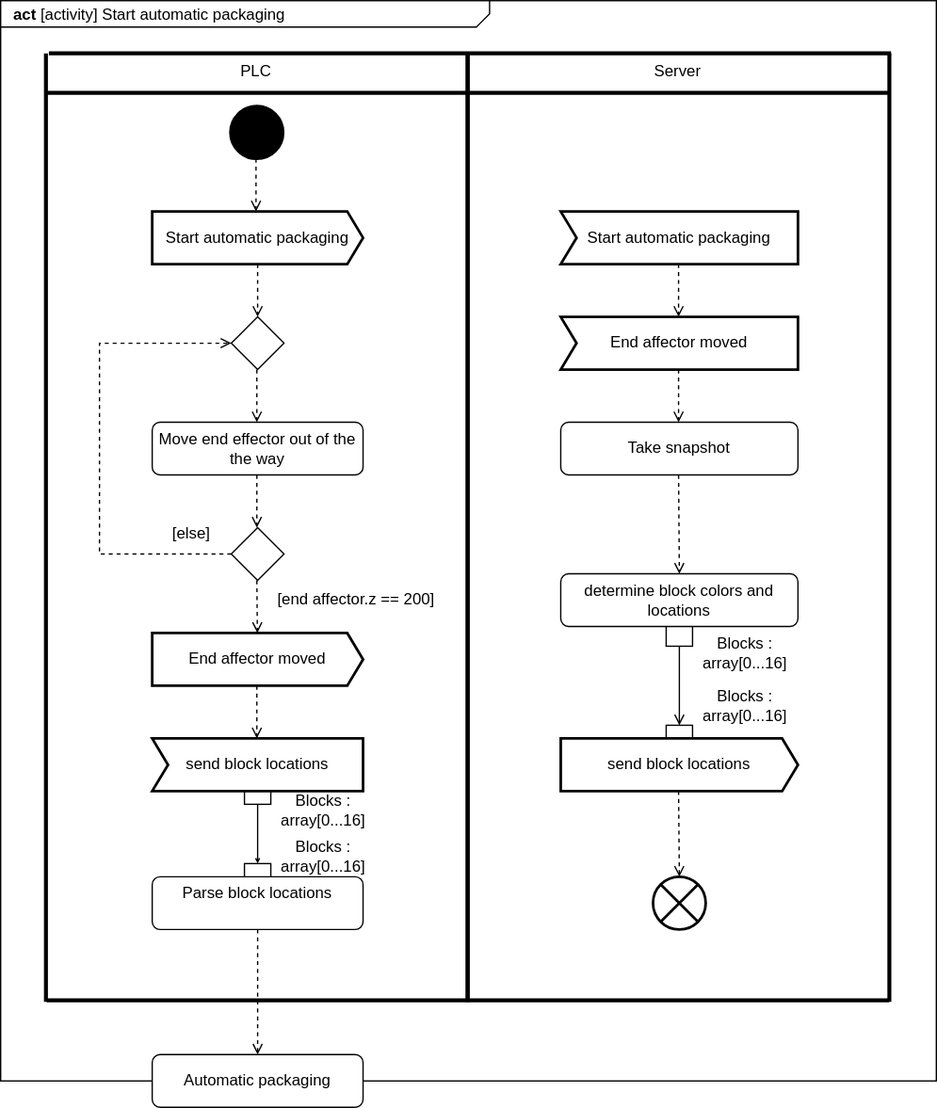
This is Start automatic packaging.drawio.svg from Remlly/Project-Delta-Robot, a draw.io export, as it was before one commit. Source tidied: cells renumbered, new cells last; positions are measured from the earlier drawing's top-left corner, leaving out a move shared by most shapes.
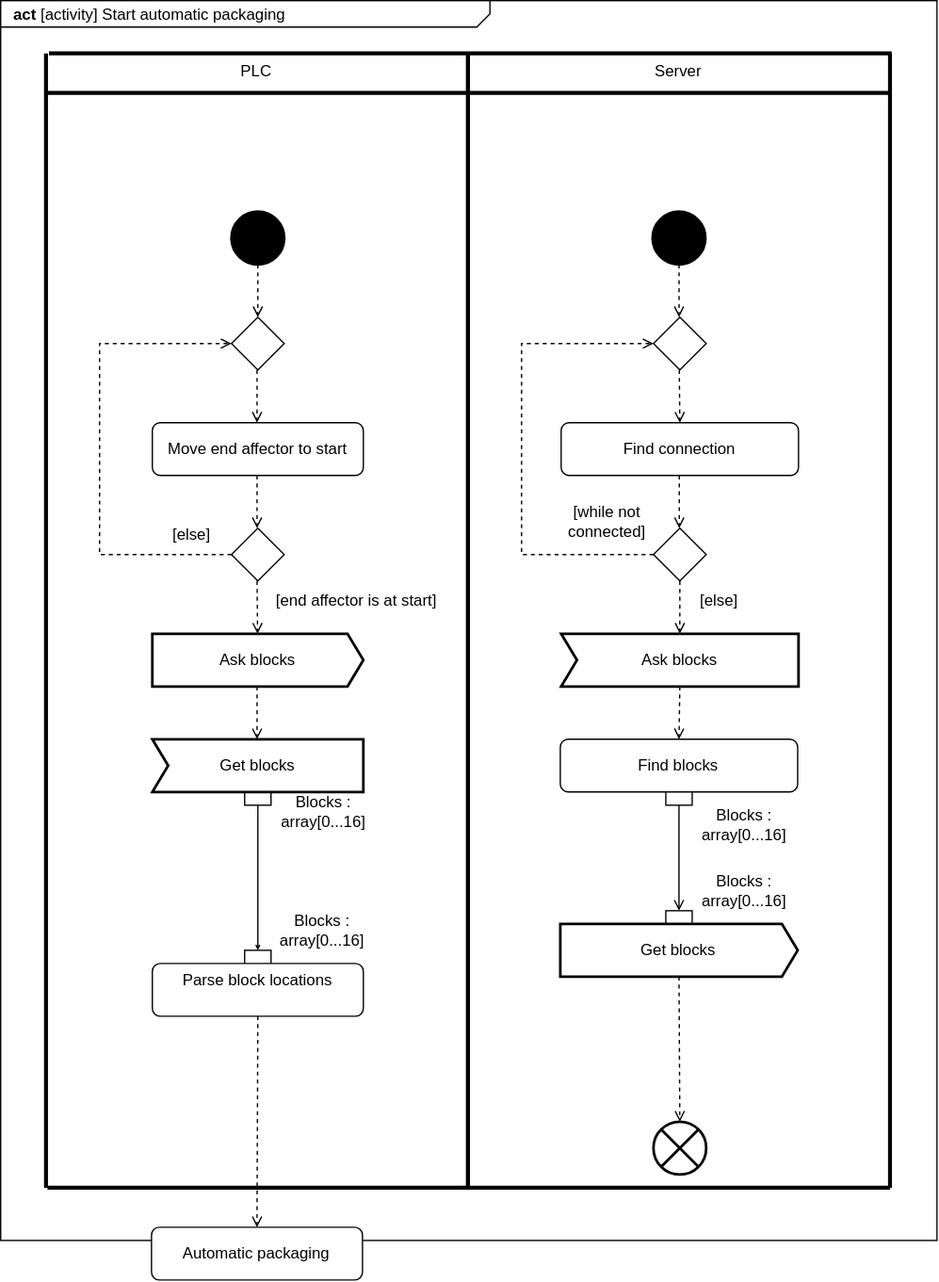
Later version of the same file.

Change to the diagram source:
```diff
@@ -3,34 +3,23 @@
     <mxCell id="0" />
     <mxCell id="1" parent="0" />
     <mxCell id="2" value="&lt;p style=&quot;margin: 0px ; margin-top: 4px ; margin-left: 10px ; text-align: left&quot;&gt;&lt;b&gt;act&lt;/b&gt;   [activity] Start automatic packaging&lt;br&gt;&lt;/p&gt;" style="html=1;shape=mxgraph.sysml.package;align=left;spacingLeft=5;verticalAlign=top;spacingTop=-3;labelX=371.3;html=1;overflow=fill;" parent="1" vertex="1">
-      <mxGeometry width="710" height="820" as="geometry" />
+      <mxGeometry width="710" height="940" as="geometry" />
     </mxCell>
-    <mxCell id="3" value="Start automatic packaging" style="html=1;shape=mxgraph.sysml.sendSigAct;strokeWidth=2;whiteSpace=wrap;align=center;" parent="1" vertex="1">
-      <mxGeometry x="115" y="160" width="160" height="40" as="geometry" />
-    </mxCell>
-    <mxCell id="4" value="Start automatic packaging" style="html=1;shape=mxgraph.sysml.accEvent;strokeWidth=2;whiteSpace=wrap;align=center;" parent="1" vertex="1">
-      <mxGeometry x="425" y="160" width="180" height="40" as="geometry" />
-    </mxCell>
-    <mxCell id="5" value="Move end effector out of the the way" style="shape=rect;html=1;rounded=1;whiteSpace=wrap;align=center;" parent="1" vertex="1">
+    <mxCell id="5" value="Move end affector to start" style="shape=rect;html=1;rounded=1;whiteSpace=wrap;align=center;" parent="1" vertex="1">
       <mxGeometry x="115" y="320" width="160" height="40" as="geometry" />
     </mxCell>
-    <mxCell id="6" value="End affector moved" style="html=1;shape=mxgraph.sysml.sendSigAct;strokeWidth=2;whiteSpace=wrap;align=center;" parent="1" vertex="1">
+    <mxCell id="6" value="Ask blocks" style="html=1;shape=mxgraph.sysml.sendSigAct;strokeWidth=2;whiteSpace=wrap;align=center;" parent="1" vertex="1">
       <mxGeometry x="115" y="480" width="160" height="40" as="geometry" />
     </mxCell>
-    <mxCell id="7" value="End affector moved" style="html=1;shape=mxgraph.sysml.accEvent;strokeWidth=2;whiteSpace=wrap;align=center;" parent="1" vertex="1">
-      <mxGeometry x="425" y="240" width="180" height="40" as="geometry" />
+    <mxCell id="7" value="Ask blocks" style="html=1;shape=mxgraph.sysml.accEvent;strokeWidth=2;whiteSpace=wrap;align=center;" parent="1" vertex="1">
+      <mxGeometry x="425" y="480" width="180" height="40" as="geometry" />
     </mxCell>
-    <mxCell id="8" value="Take snapshot" style="shape=rect;html=1;rounded=1;whiteSpace=wrap;align=center;" parent="1" vertex="1">
-      <mxGeometry x="425" y="320" width="180" height="40" as="geometry" />
-    </mxCell>
-    <mxCell id="9" style="edgeStyle=orthogonalEdgeStyle;rounded=0;jumpSize=4;jettySize=auto;html=1;endArrow=open;endFill=0;strokeWidth=1;entryX=0.5;entryY=0;entryDx=0;entryDy=0;" parent="1" edge="1" source="30" target="31">
-      <mxGeometry relative="1" as="geometry" />
-    </mxCell>
     <mxCell id="10" value="Automatic packaging" style="shape=rect;html=1;rounded=1;whiteSpace=wrap;align=center;" parent="1" vertex="1">
-      <mxGeometry x="115" y="800" width="160" height="40" as="geometry" />
+      <mxGeometry x="114.4" y="930" width="160" height="40" as="geometry" />
     </mxCell>
-    <mxCell id="11" style="endArrow=open;html=1;rounded=0;exitX=0.5;exitY=1;exitDx=0;exitDy=0;exitPerimeter=0;dashed=1;endFill=0;" parent="1" edge="1" source="3">
+    <mxCell id="11" style="endArrow=open;html=1;rounded=0;exitX=0.5;exitY=1;exitDx=0;exitDy=0;exitPerimeter=0;dashed=1;endFill=0;" parent="1" edge="1">
       <mxGeometry relative="1" as="geometry">
+        <mxPoint x="195" y="200" as="sourcePoint" />
         <mxPoint x="195" y="240" as="targetPoint" />
       </mxGeometry>
     </mxCell>
@@ -74,7 +63,7 @@
     <mxCell id="19" value="[else]" style="text;html=1;strokeColor=none;fillColor=none;align=center;verticalAlign=middle;whiteSpace=wrap;rounded=0;" parent="1" vertex="1">
       <mxGeometry x="115" y="390" width="60" height="30" as="geometry" />
     </mxCell>
-    <mxCell id="20" value="[end affector.z == 200]" style="text;html=1;strokeColor=none;fillColor=none;align=center;verticalAlign=middle;whiteSpace=wrap;rounded=0;" parent="1" vertex="1">
+    <mxCell id="20" value="[end affector is at start]" style="text;html=1;strokeColor=none;fillColor=none;align=center;verticalAlign=middle;whiteSpace=wrap;rounded=0;" parent="1" vertex="1">
       <mxGeometry x="205" y="440" width="130" height="30" as="geometry" />
     </mxCell>
     <mxCell id="21" style="endArrow=open;html=1;rounded=0;exitX=0.5;exitY=1;exitDx=0;exitDy=0;exitPerimeter=0;dashed=1;endFill=0;" parent="1" edge="1">
@@ -83,22 +72,14 @@
         <mxPoint x="514.4" y="240" as="targetPoint" />
       </mxGeometry>
     </mxCell>
-    <mxCell id="22" style="endArrow=open;html=1;rounded=0;exitX=0.5;exitY=1;exitDx=0;exitDy=0;exitPerimeter=0;dashed=1;endFill=0;" parent="1" edge="1">
-      <mxGeometry relative="1" as="geometry">
-        <mxPoint x="514.4" y="280" as="sourcePoint" />
-        <mxPoint x="514.4" y="320" as="targetPoint" />
-      </mxGeometry>
-    </mxCell>
-    <mxCell id="23" style="endArrow=open;html=1;rounded=0;exitX=0.5;exitY=1;exitDx=0;exitDy=0;exitPerimeter=0;dashed=1;endFill=0;entryX=0.5;entryY=0;entryDx=0;entryDy=0;" parent="1" edge="1" target="30">
-      <mxGeometry relative="1" as="geometry">
-        <mxPoint x="514.4" y="360" as="sourcePoint" />
-      </mxGeometry>
+    <mxCell id="23" style="endArrow=open;html=1;rounded=0;exitX=0.5;exitY=1;exitDx=0;exitDy=0;exitPerimeter=0;dashed=1;endFill=0;entryX=0.5;entryY=0;entryDx=0;entryDy=0;" parent="1" edge="1" source="7" target="30">
+      <mxGeometry relative="1" as="geometry" />
     </mxCell>
     <mxCell id="24" value="PLC" style="html=1;shape=mxgraph.sysml.actPart;strokeWidth=3;verticalAlign=top;rotation=0;whiteSpace=wrap;" parent="1" vertex="1">
-      <mxGeometry x="34.4" y="40" width="320" height="720" as="geometry" />
+      <mxGeometry x="34.4" y="40" width="320" height="860" as="geometry" />
     </mxCell>
     <mxCell id="25" value="Server" style="html=1;shape=mxgraph.sysml.actPart;strokeWidth=3;verticalAlign=top;rotation=0;whiteSpace=wrap;" parent="1" vertex="1">
-      <mxGeometry x="354.4" y="40" width="320" height="720" as="geometry" />
+      <mxGeometry x="354.4" y="40" width="320" height="860" as="geometry" />
     </mxCell>
     <mxCell id="26" style="endArrow=none;html=1;rounded=0;exitX=0.007;exitY=0;exitDx=0;exitDy=0;exitPerimeter=0;strokeWidth=3;entryX=1.004;entryY=0;entryDx=0;entryDy=0;entryPerimeter=0;jumpSize=4;" parent="1" edge="1" source="24" target="25">
       <mxGeometry relative="1" as="geometry" />
@@ -111,28 +92,10 @@
     </mxCell>
     <mxCell id="28" style="endArrow=none;html=1;rounded=0;exitX=0.007;exitY=0;exitDx=0;exitDy=0;exitPerimeter=0;strokeWidth=3;entryX=1.004;entryY=0;entryDx=0;entryDy=0;entryPerimeter=0;jumpSize=4;" parent="1" edge="1">
       <mxGeometry relative="1" as="geometry">
-        <mxPoint x="35" y="758.8" as="sourcePoint" />
-        <mxPoint x="674" y="758.8" as="targetPoint" />
+        <mxPoint x="35.5" y="900" as="sourcePoint" />
+        <mxPoint x="674.5" y="900" as="targetPoint" />
       </mxGeometry>
     </mxCell>
-    <mxCell id="29" style="whiteSpace=wrap;html=1;" parent="1" vertex="1">
-      <mxGeometry x="505" y="470" width="20" height="20" as="geometry" />
-    </mxCell>
-    <mxCell id="30" value="determine block colors and locations" style="shape=rect;html=1;rounded=1;whiteSpace=wrap;align=center;" parent="1" vertex="1">
-      <mxGeometry x="425" y="435" width="180" height="40" as="geometry" />
-    </mxCell>
-    <mxCell id="31" style="whiteSpace=wrap;html=1;" parent="1" vertex="1">
-      <mxGeometry x="505" y="550" width="20" height="20" as="geometry" />
-    </mxCell>
-    <mxCell id="32" value="send block locations" style="html=1;shape=mxgraph.sysml.sendSigAct;strokeWidth=2;whiteSpace=wrap;align=center;" parent="1" vertex="1">
-      <mxGeometry x="425" y="560" width="180" height="40" as="geometry" />
-    </mxCell>
-    <mxCell id="33" value="Blocks : array[0...16]" style="text;html=1;strokeColor=none;fillColor=none;align=center;verticalAlign=middle;whiteSpace=wrap;rounded=0;" parent="1" vertex="1">
-      <mxGeometry x="535" y="480" width="60" height="30" as="geometry" />
-    </mxCell>
-    <mxCell id="34" value="Blocks : array[0...16]" style="text;html=1;strokeColor=none;fillColor=none;align=center;verticalAlign=middle;whiteSpace=wrap;rounded=0;" parent="1" vertex="1">
-      <mxGeometry x="535" y="520" width="60" height="30" as="geometry" />
-    </mxCell>
     <mxCell id="35" value="Blocks : array[0...16]" style="text;html=1;strokeColor=none;fillColor=none;align=center;verticalAlign=middle;whiteSpace=wrap;rounded=0;" parent="1" vertex="1">
       <mxGeometry x="215" y="600" width="60" height="30" as="geometry" />
     </mxCell>
@@ -142,41 +105,102 @@
     <mxCell id="37" style="whiteSpace=wrap;html=1;" parent="1" vertex="1">
       <mxGeometry x="185" y="590" width="20" height="20" as="geometry" />
     </mxCell>
-    <mxCell id="38" value="send block locations " style="html=1;shape=mxgraph.sysml.accEvent;strokeWidth=2;whiteSpace=wrap;align=center;" parent="1" vertex="1">
+    <mxCell id="38" value="Get blocks" style="html=1;shape=mxgraph.sysml.accEvent;strokeWidth=2;whiteSpace=wrap;align=center;" parent="1" vertex="1">
       <mxGeometry x="115" y="560" width="160" height="40" as="geometry" />
     </mxCell>
     <mxCell id="39" style="whiteSpace=wrap;html=1;" parent="1" vertex="1">
-      <mxGeometry x="185" y="655" width="20" height="20" as="geometry" />
+      <mxGeometry x="185" y="720" width="20" height="20" as="geometry" />
     </mxCell>
     <mxCell id="40" value="&lt;div&gt;Parse block locations&lt;/div&gt;&lt;div&gt;&lt;br&gt;&lt;/div&gt;" style="shape=rect;html=1;rounded=1;whiteSpace=wrap;align=center;" parent="1" vertex="1">
-      <mxGeometry x="115" y="665" width="160" height="40" as="geometry" />
+      <mxGeometry x="115" y="730" width="160" height="40" as="geometry" />
     </mxCell>
     <mxCell id="41" value="Blocks : array[0...16]" style="text;html=1;strokeColor=none;fillColor=none;align=center;verticalAlign=middle;whiteSpace=wrap;rounded=0;" parent="1" vertex="1">
-      <mxGeometry x="215" y="635" width="60" height="30" as="geometry" />
+      <mxGeometry x="214.4" y="690" width="60" height="30" as="geometry" />
     </mxCell>
-    <mxCell id="42" style="endArrow=open;html=1;rounded=0;exitX=0.5;exitY=1;exitDx=0;exitDy=0;dashed=1;endFill=0;entryX=0.5;entryY=0;entryDx=0;entryDy=0;" parent="1" edge="1" source="40" target="10">
-      <mxGeometry relative="1" as="geometry">
-        <Array as="points">
-          <mxPoint x="195" y="740" />
-        </Array>
-      </mxGeometry>
+    <mxCell id="42" style="endArrow=open;html=1;rounded=0;dashed=1;endFill=0;entryX=0.5;entryY=0;entryDx=0;entryDy=0;exitX=0.5;exitY=1;exitDx=0;exitDy=0;" parent="1" edge="1" source="40" target="10">
+      <mxGeometry relative="1" as="geometry" />
     </mxCell>
     <mxCell id="43" style="html=1;shape=mxgraph.sysml.flowFinal;strokeWidth=2;verticalLabelPosition=bottom;verticalAlignment=top;" parent="1" vertex="1">
-      <mxGeometry x="495" y="665" width="40" height="40" as="geometry" />
+      <mxGeometry x="495" y="850" width="40" height="40" as="geometry" />
     </mxCell>
-    <mxCell id="44" style="endArrow=open;html=1;rounded=0;exitX=0.5;exitY=1;exitDx=0;exitDy=0;exitPerimeter=0;dashed=1;endFill=0;entryX=0.5;entryY=0;entryDx=0;entryDy=0;entryPerimeter=0;" parent="1" edge="1" target="43">
-      <mxGeometry relative="1" as="geometry">
-        <mxPoint x="514.4" y="600" as="sourcePoint" />
-      </mxGeometry>
+    <mxCell id="44" style="endArrow=open;html=1;rounded=0;exitX=0.5;exitY=1;exitDx=0;exitDy=0;exitPerimeter=0;dashed=1;endFill=0;entryX=0.5;entryY=0;entryDx=0;entryDy=0;entryPerimeter=0;" parent="1" edge="1" source="32" target="43">
+      <mxGeometry relative="1" as="geometry" />
     </mxCell>
     <mxCell id="45" style="shape=ellipse;html=1;fillColor=#000000;strokeWidth=2;verticalLabelPosition=bottom;verticalAlignment=top;perimeter=ellipsePerimeter;" parent="1" vertex="1">
-      <mxGeometry x="174.4" y="80" width="40" height="40" as="geometry" />
+      <mxGeometry x="175" y="160" width="40" height="40" as="geometry" />
     </mxCell>
-    <mxCell id="46" style="endArrow=open;html=1;rounded=0;exitX=0.5;exitY=1;exitDx=0;exitDy=0;exitPerimeter=0;dashed=1;endFill=0;" parent="1" edge="1">
-      <mxGeometry relative="1" as="geometry">
-        <mxPoint x="193.8" y="120" as="sourcePoint" />
-        <mxPoint x="193.8" y="160" as="targetPoint" />
-      </mxGeometry>
-    </mxCell>
+    <mxCell id="47" style="shape=ellipse;html=1;fillColor=#000000;strokeWidth=2;verticalLabelPosition=bottom;verticalAlignment=top;perimeter=ellipsePerimeter;" parent="1" vertex="1">
+      <mxGeometry x="494.4" y="160" width="40" height="40" as="geometry" />
+    </mxCell>
+    <mxCell id="48" style="group;" parent="1" vertex="1">
+      <mxGeometry x="424.4" y="690" width="180" height="50" as="geometry" />
+    </mxCell>
+    <mxCell id="31" style="whiteSpace=wrap;html=1;" parent="48" vertex="1">
+      <mxGeometry x="80" width="20" height="20" as="geometry" />
+    </mxCell>
+    <mxCell id="32" value="Get blocks" style="html=1;shape=mxgraph.sysml.sendSigAct;strokeWidth=2;whiteSpace=wrap;align=center;" parent="48" vertex="1">
+      <mxGeometry y="10" width="180" height="40" as="geometry" />
+    </mxCell>
+    <mxCell id="49" style="group;" parent="1" vertex="1">
+      <mxGeometry x="424.4" y="560" width="180" height="130" as="geometry" />
+    </mxCell>
+    <mxCell id="9" style="edgeStyle=orthogonalEdgeStyle;rounded=0;jumpSize=4;jettySize=auto;html=1;endArrow=open;endFill=0;strokeWidth=1;" parent="49" edge="1" source="30">
+      <mxGeometry relative="1" as="geometry">
+        <mxPoint x="90" y="130" as="targetPoint" />
+      </mxGeometry>
+    </mxCell>
+    <mxCell id="29" style="whiteSpace=wrap;html=1;" parent="49" vertex="1">
+      <mxGeometry x="80" y="30" width="20" height="20" as="geometry" />
+    </mxCell>
+    <mxCell id="30" value="Find blocks" style="shape=rect;html=1;rounded=1;whiteSpace=wrap;align=center;" parent="49" vertex="1">
+      <mxGeometry width="180" height="40" as="geometry" />
+    </mxCell>
+    <mxCell id="33" value="Blocks : array[0...16]" style="text;html=1;strokeColor=none;fillColor=none;align=center;verticalAlign=middle;whiteSpace=wrap;rounded=0;" parent="49" vertex="1">
+      <mxGeometry x="110" y="100" width="60" height="30" as="geometry" />
+    </mxCell>
+    <mxCell id="34" value="Blocks : array[0...16]" style="text;html=1;strokeColor=none;fillColor=none;align=center;verticalAlign=middle;whiteSpace=wrap;rounded=0;" parent="49" vertex="1">
+      <mxGeometry x="110" y="50" width="60" height="30" as="geometry" />
+    </mxCell>
+    <mxCell id="50" style="group;" parent="1" vertex="1">
+      <mxGeometry x="425" y="320" width="180" height="150" as="geometry" />
+    </mxCell>
+    <mxCell id="51" value="Find connection" style="shape=rect;html=1;rounded=1;whiteSpace=wrap;align=center;" parent="50" vertex="1">
+      <mxGeometry width="180" height="40" as="geometry" />
+    </mxCell>
+    <mxCell id="52" style="shape=rhombus;html=1;verticalLabelPosition=bottom;verticalAlignment=top;" parent="50" vertex="1">
+      <mxGeometry x="70" y="80" width="40" height="40" as="geometry" />
+    </mxCell>
+    <mxCell id="53" style="endArrow=open;html=1;rounded=0;exitX=0.5;exitY=1;exitDx=0;exitDy=0;exitPerimeter=0;dashed=1;endFill=0;" parent="50" edge="1">
+      <mxGeometry relative="1" as="geometry">
+        <mxPoint x="89.6" y="40" as="sourcePoint" />
+        <mxPoint x="89.6" y="80" as="targetPoint" />
+      </mxGeometry>
+    </mxCell>
+    <mxCell id="54" value="[while not connected]" style="text;html=1;strokeColor=none;fillColor=none;align=center;verticalAlign=middle;whiteSpace=wrap;rounded=0;" parent="50" vertex="1">
+      <mxGeometry x="-20" y="60" width="110" height="30" as="geometry" />
+    </mxCell>
+    <mxCell id="55" value="[else]" style="text;html=1;strokeColor=none;fillColor=none;align=center;verticalAlign=middle;whiteSpace=wrap;rounded=0;" parent="50" vertex="1">
+      <mxGeometry x="90" y="120" width="60" height="30" as="geometry" />
+    </mxCell>
+    <mxCell id="56" style="shape=rhombus;html=1;verticalLabelPosition=bottom;verticalAlignment=top;" parent="1" vertex="1">
+      <mxGeometry x="495" y="240" width="40" height="40" as="geometry" />
+    </mxCell>
+    <mxCell id="57" style="endArrow=open;html=1;rounded=0;exitX=0;exitY=0.5;exitDx=0;exitDy=0;dashed=1;endFill=0;entryX=0;entryY=0.5;entryDx=0;entryDy=0;" parent="1" edge="1" source="52">
+      <mxGeometry relative="1" as="geometry">
+        <mxPoint x="495" y="260" as="targetPoint" />
+        <Array as="points">
+          <mxPoint x="395" y="420" />
+          <mxPoint x="395" y="260" />
+        </Array>
+      </mxGeometry>
+    </mxCell>
+    <mxCell id="58" style="endArrow=open;html=1;rounded=0;exitX=0.5;exitY=1;exitDx=0;exitDy=0;exitPerimeter=0;dashed=1;endFill=0;entryX=0.5;entryY=0;entryDx=0;entryDy=0;" parent="1" edge="1" target="51">
+      <mxGeometry relative="1" as="geometry">
+        <mxPoint x="514.6" y="280" as="sourcePoint" />
+      </mxGeometry>
+    </mxCell>
+    <mxCell id="59" style="endArrow=open;html=1;rounded=0;exitX=0.5;exitY=1;exitDx=0;exitDy=0;entryX=0.5;entryY=0;entryDx=0;entryDy=0;dashed=1;endFill=0;entryPerimeter=0;" parent="1" edge="1" source="52" target="7">
+      <mxGeometry relative="1" as="geometry" />
+    </mxCell>
   </root>
 </mxGraphModel>
```
